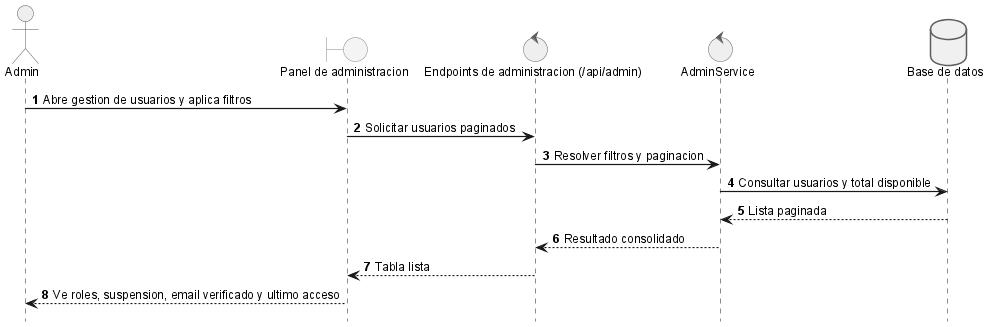
ErDeivih/DocumentChain keeps this PlantUML diagram as anexos/diagramas/seq-list-users.png. Above is the earlier version.
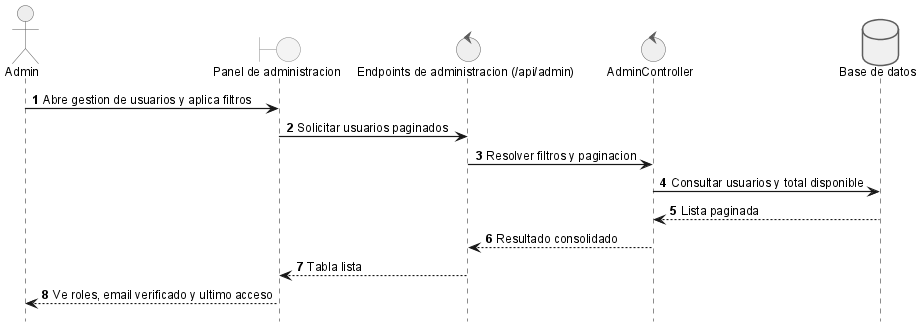
The same file after the commit.

What changed in the source:
```diff
@@ -3,7 +3,7 @@
 actor Admin as admin
 boundary "Panel de administracion" as ui
 control "Endpoints de administracion (/api/admin)" as api
-control "AdminService" as srv
+control "AdminController" as srv
 database "Base de datos" as db
 
 admin -> ui: Abre gestion de usuarios y aplica filtros
@@ -13,6 +13,6 @@
 db --> srv: Lista paginada
 srv --> api: Resultado consolidado
 api --> ui: Tabla lista
-ui --> admin: Ve roles, suspension, email verificado y ultimo acceso
+ui --> admin: Ve roles, email verificado y ultimo acceso
 
 @enduml
```
